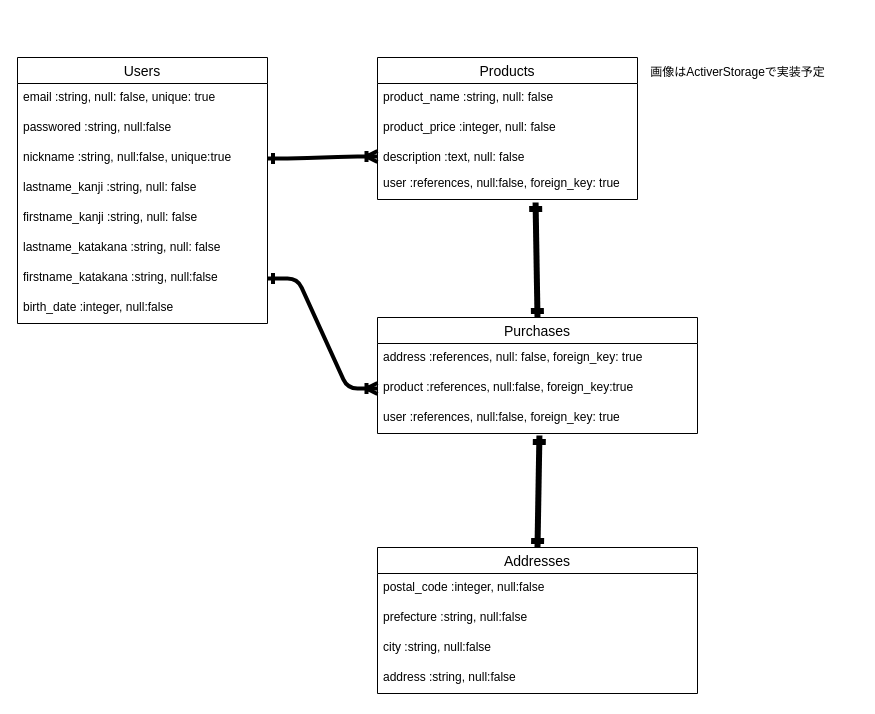
tuckriver/furima-46646 keeps this draw.io diagram as ER.dio. Above is the earlier version. Source tidied: cells renumbered, new cells numbered last; positions are measured from the earlier drawing's top-left corner, leaving out a move shared by most shapes. Both pictures are drawn from the tidied source at 100%, with x=0, y=0 at pixel (17, 57).
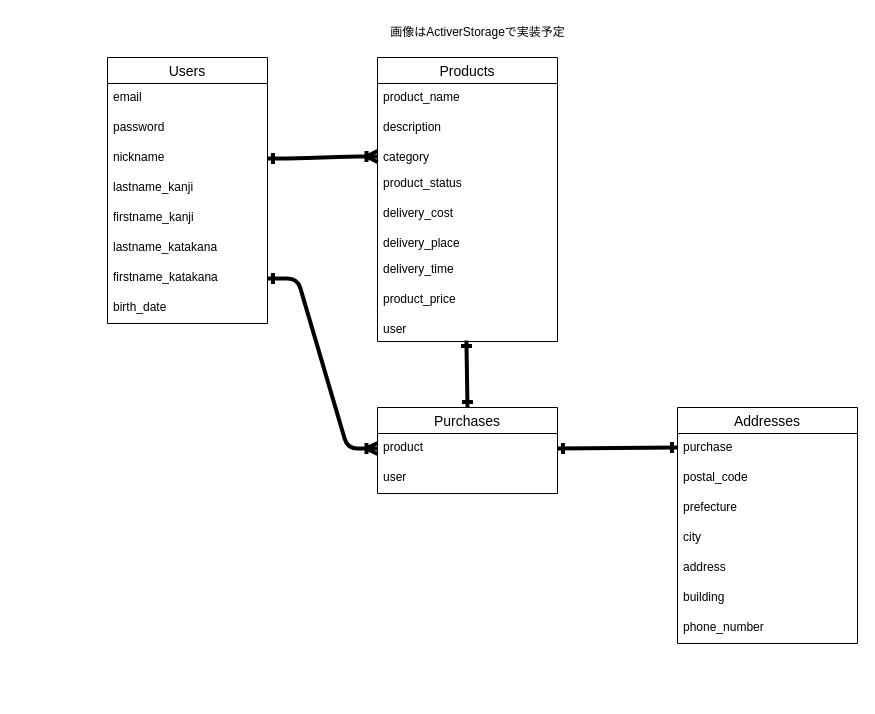
The same page after the edit.

Commit message (it also covers changes not shown here):
README・ER図の修正2

What changed in the source:
```diff
@@
     <mxCell id="2" value="Users" style="swimlane;fontStyle=0;horizontal=1;startSize=26;align=center;fontSize=14;" parent="1" vertex="1">
-      <mxGeometry width="250" height="266" as="geometry" />
+      <mxGeometry x="90" width="160" height="266" as="geometry" />
     </mxCell>
-    <mxCell id="3" value="email :string, null: false, unique: true" style="text;strokeColor=none;fillColor=none;spacingLeft=4;spacingRight=4;overflow=hidden;fontSize=12;whiteSpace=wrap;html=1;" parent="2" vertex="1">
-      <mxGeometry y="26" width="250" height="30" as="geometry" />
+    <mxCell id="3" value="email" style="text;strokeColor=none;fillColor=none;spacingLeft=4;spacingRight=4;overflow=hidden;fontSize=12;whiteSpace=wrap;html=1;" parent="2" vertex="1">
+      <mxGeometry y="26" width="160" height="30" as="geometry" />
     </mxCell>
-    <mxCell id="4" value="passwored :string, null:false&amp;nbsp;" style="text;strokeColor=none;fillColor=none;spacingLeft=4;spacingRight=4;overflow=hidden;fontSize=12;whiteSpace=wrap;html=1;" parent="2" vertex="1">
-      <mxGeometry y="56" width="250" height="30" as="geometry" />
+    <mxCell id="4" value="password" style="text;strokeColor=none;fillColor=none;spacingLeft=4;spacingRight=4;overflow=hidden;fontSize=12;whiteSpace=wrap;html=1;" parent="2" vertex="1">
+      <mxGeometry y="56" width="160" height="30" as="geometry" />
     </mxCell>
-    <mxCell id="5" value="nickname :string, null:false, unique:true" style="text;strokeColor=none;fillColor=none;spacingLeft=4;spacingRight=4;overflow=hidden;points=[[0,0.5],[1,0.5]];portConstraint=eastwest;fontSize=12;whiteSpace=wrap;html=1;" parent="2" vertex="1">
-      <mxGeometry y="86" width="250" height="30" as="geometry" />
+    <mxCell id="5" value="nickname" style="text;strokeColor=none;fillColor=none;spacingLeft=4;spacingRight=4;overflow=hidden;points=[[0,0.5],[1,0.5]];portConstraint=eastwest;fontSize=12;whiteSpace=wrap;html=1;" parent="2" vertex="1">
+      <mxGeometry y="86" width="160" height="30" as="geometry" />
     </mxCell>
-    <mxCell id="6" value="lastname_kanji :string, null: false" style="text;strokeColor=none;fillColor=none;spacingLeft=4;spacingRight=4;overflow=hidden;fontSize=12;whiteSpace=wrap;html=1;" parent="2" vertex="1">
-      <mxGeometry y="116" width="250" height="30" as="geometry" />
+    <mxCell id="6" value="lastname_kanji" style="text;strokeColor=none;fillColor=none;spacingLeft=4;spacingRight=4;overflow=hidden;fontSize=12;whiteSpace=wrap;html=1;" parent="2" vertex="1">
+      <mxGeometry y="116" width="160" height="30" as="geometry" />
     </mxCell>
-    <mxCell id="7" value="firstname_kanji :string, null: false" style="text;strokeColor=none;fillColor=none;spacingLeft=4;spacingRight=4;overflow=hidden;fontSize=12;whiteSpace=wrap;html=1;" parent="2" vertex="1">
-      <mxGeometry y="146" width="250" height="30" as="geometry" />
+    <mxCell id="7" value="firstname_kanji" style="text;strokeColor=none;fillColor=none;spacingLeft=4;spacingRight=4;overflow=hidden;fontSize=12;whiteSpace=wrap;html=1;" parent="2" vertex="1">
+      <mxGeometry y="146" width="160" height="30" as="geometry" />
     </mxCell>
-    <mxCell id="8" value="lastname_katakana :string, null: false" style="text;strokeColor=none;fillColor=none;spacingLeft=4;spacingRight=4;overflow=hidden;fontSize=12;whiteSpace=wrap;html=1;" parent="2" vertex="1">
-      <mxGeometry y="176" width="250" height="30" as="geometry" />
+    <mxCell id="8" value="lastname_katakana" style="text;strokeColor=none;fillColor=none;spacingLeft=4;spacingRight=4;overflow=hidden;fontSize=12;whiteSpace=wrap;html=1;" parent="2" vertex="1">
+      <mxGeometry y="176" width="160" height="30" as="geometry" />
     </mxCell>
-    <mxCell id="9" value="firstname_katakana :string, null:false" style="text;strokeColor=none;fillColor=none;spacingLeft=4;spacingRight=4;overflow=hidden;points=[[0,0.5],[1,0.5]];portConstraint=eastwest;fontSize=12;whiteSpace=wrap;html=1;" parent="2" vertex="1">
-      <mxGeometry y="206" width="250" height="30" as="geometry" />
+    <mxCell id="9" value="firstname_katakana" style="text;strokeColor=none;fillColor=none;spacingLeft=4;spacingRight=4;overflow=hidden;points=[[0,0.5],[1,0.5]];portConstraint=eastwest;fontSize=12;whiteSpace=wrap;html=1;" parent="2" vertex="1">
+      <mxGeometry y="206" width="160" height="30" as="geometry" />
     </mxCell>
-    <mxCell id="10" value="birth_date :integer, null:false" style="text;strokeColor=none;fillColor=none;spacingLeft=4;spacingRight=4;overflow=hidden;fontSize=12;whiteSpace=wrap;html=1;" parent="2" vertex="1">
-      <mxGeometry y="236" width="250" height="30" as="geometry" />
+    <mxCell id="10" value="birth_date" style="text;strokeColor=none;fillColor=none;spacingLeft=4;spacingRight=4;overflow=hidden;fontSize=12;whiteSpace=wrap;html=1;" parent="2" vertex="1">
+      <mxGeometry y="236" width="160" height="30" as="geometry" />
     </mxCell>
     <mxCell id="11" value="Products" style="swimlane;fontStyle=0;horizontal=1;startSize=26;align=center;fontSize=14;" parent="1" vertex="1">
-      <mxGeometry x="360" width="260" height="142" as="geometry" />
+      <mxGeometry x="360" width="180" height="284" as="geometry" />
     </mxCell>
-    <mxCell id="12" value="product_name :string, null: false" style="text;strokeColor=none;fillColor=none;spacingLeft=4;spacingRight=4;overflow=hidden;fontSize=12;whiteSpace=wrap;html=1;" parent="11" vertex="1">
-      <mxGeometry y="26" width="260" height="30" as="geometry" />
+    <mxCell id="12" value="product_name" style="text;strokeColor=none;fillColor=none;spacingLeft=4;spacingRight=4;overflow=hidden;fontSize=12;whiteSpace=wrap;html=1;" parent="11" vertex="1">
+      <mxGeometry y="26" width="180" height="30" as="geometry" />
     </mxCell>
-    <mxCell id="13" value="product_price :integer, null: false" style="text;strokeColor=none;fillColor=none;spacingLeft=4;spacingRight=4;overflow=hidden;fontSize=12;whiteSpace=wrap;html=1;" parent="11" vertex="1">
-      <mxGeometry y="56" width="260" height="30" as="geometry" />
+    <mxCell id="13" value="description" style="text;strokeColor=none;fillColor=none;spacingLeft=4;spacingRight=4;overflow=hidden;fontSize=12;whiteSpace=wrap;html=1;" parent="11" vertex="1">
+      <mxGeometry y="56" width="180" height="30" as="geometry" />
     </mxCell>
-    <mxCell id="14" value="description :text, null: false" style="text;strokeColor=none;fillColor=none;spacingLeft=4;spacingRight=4;overflow=hidden;points=[[0,0.5],[1,0.5]];portConstraint=eastwest;fontSize=12;whiteSpace=wrap;html=1;" parent="11" vertex="1">
-      <mxGeometry y="86" width="260" height="26" as="geometry" />
+    <mxCell id="14" value="category" style="text;strokeColor=none;fillColor=none;spacingLeft=4;spacingRight=4;overflow=hidden;points=[[0,0.5],[1,0.5]];portConstraint=eastwest;fontSize=12;whiteSpace=wrap;html=1;" parent="11" vertex="1">
+      <mxGeometry y="86" width="180" height="26" as="geometry" />
     </mxCell>
-    <mxCell id="15" value="user :references, null:false, foreign_key: true" style="text;strokeColor=none;fillColor=none;spacingLeft=4;spacingRight=4;overflow=hidden;points=[[0,0.5],[1,0.5]];portConstraint=eastwest;fontSize=12;whiteSpace=wrap;html=1;" parent="11" vertex="1">
-      <mxGeometry y="112" width="260" height="30" as="geometry" />
+    <mxCell id="15" value="product_status" style="text;strokeColor=none;fillColor=none;spacingLeft=4;spacingRight=4;overflow=hidden;points=[[0,0.5],[1,0.5]];portConstraint=eastwest;fontSize=12;whiteSpace=wrap;html=1;" parent="11" vertex="1">
+      <mxGeometry y="112" width="180" height="30" as="geometry" />
     </mxCell>
+    <mxCell id="30" value="delivery_cost" style="text;strokeColor=none;fillColor=none;spacingLeft=4;spacingRight=4;overflow=hidden;fontSize=12;whiteSpace=wrap;html=1;" parent="11" vertex="1">
+      <mxGeometry y="142" width="180" height="30" as="geometry" />
+    </mxCell>
+    <mxCell id="31" value="delivery_place" style="text;strokeColor=none;fillColor=none;spacingLeft=4;spacingRight=4;overflow=hidden;fontSize=12;whiteSpace=wrap;html=1;" parent="11" vertex="1">
+      <mxGeometry y="172" width="180" height="26" as="geometry" />
+    </mxCell>
+    <mxCell id="32" value="delivery_time" style="text;strokeColor=none;fillColor=none;spacingLeft=4;spacingRight=4;overflow=hidden;fontSize=12;whiteSpace=wrap;html=1;" parent="11" vertex="1">
+      <mxGeometry y="198" width="180" height="30" as="geometry" />
+    </mxCell>
+    <mxCell id="33" value="product_price" style="text;strokeColor=none;fillColor=none;spacingLeft=4;spacingRight=4;overflow=hidden;fontSize=12;whiteSpace=wrap;html=1;" parent="11" vertex="1">
+      <mxGeometry y="228" width="180" height="30" as="geometry" />
+    </mxCell>
+    <mxCell id="34" value="user" style="text;strokeColor=none;fillColor=none;spacingLeft=4;spacingRight=4;overflow=hidden;points=[[0,0.5],[1,0.5]];portConstraint=eastwest;fontSize=12;whiteSpace=wrap;html=1;" parent="11" vertex="1">
+      <mxGeometry y="258" width="180" height="26" as="geometry" />
+    </mxCell>
     <mxCell id="16" value="画像はActiverStorageで実装予定" style="text;html=1;align=center;verticalAlign=middle;strokeColor=none;fillColor=none;" parent="1" vertex="1">
-      <mxGeometry x="620" width="200" height="30" as="geometry" />
+      <mxGeometry x="360" y="-40" width="200" height="30" as="geometry" />
     </mxCell>
     <mxCell id="17" value="Purchases" style="swimlane;fontStyle=0;horizontal=1;startSize=26;align=center;fontSize=14;" parent="1" vertex="1">
-      <mxGeometry x="360" y="260" width="320" height="116" as="geometry" />
+      <mxGeometry x="360" y="350" width="180" height="86" as="geometry" />
     </mxCell>
-    <mxCell id="18" value="address :references, null: false, foreign_key: true" style="text;strokeColor=none;fillColor=none;spacingLeft=4;spacingRight=4;overflow=hidden;fontSize=12;whiteSpace=wrap;html=1;" parent="17" vertex="1">
-      <mxGeometry y="26" width="320" height="30" as="geometry" />
-    </mxCell>
-    <mxCell id="19" value="product :references, null:false, foreign_key:true" style="text;strokeColor=none;fillColor=none;spacingLeft=4;spacingRight=4;overflow=hidden;points=[[0,0.5],[1,0.5]];portConstraint=eastwest;fontSize=12;whiteSpace=wrap;html=1;" parent="17" vertex="1">
-      <mxGeometry y="56" width="320" height="30" as="geometry" />
+    <mxCell id="19" value="product&lt;div&gt;&lt;br&gt;&lt;/div&gt;" style="text;strokeColor=none;fillColor=none;spacingLeft=4;spacingRight=4;overflow=hidden;points=[[0,0.5],[1,0.5]];portConstraint=eastwest;fontSize=12;whiteSpace=wrap;html=1;" parent="17" vertex="1">
+      <mxGeometry y="26" width="180" height="30" as="geometry" />
     </mxCell>
-    <mxCell id="20" value="user :references, null:false, foreign_key: true" style="text;strokeColor=none;fillColor=none;spacingLeft=4;spacingRight=4;overflow=hidden;points=[[0,0.5],[1,0.5]];portConstraint=eastwest;fontSize=12;whiteSpace=wrap;html=1;" parent="17" vertex="1">
-      <mxGeometry y="86" width="320" height="30" as="geometry" />
+    <mxCell id="20" value="user" style="text;strokeColor=none;fillColor=none;spacingLeft=4;spacingRight=4;overflow=hidden;points=[[0,0.5],[1,0.5]];portConstraint=eastwest;fontSize=12;whiteSpace=wrap;html=1;" parent="17" vertex="1">
+      <mxGeometry y="56" width="180" height="30" as="geometry" />
     </mxCell>
     <mxCell id="21" value="Addresses" style="swimlane;fontStyle=0;horizontal=1;startSize=26;align=center;fontSize=14;" parent="1" vertex="1">
-      <mxGeometry x="360" y="490" width="320" height="146" as="geometry" />
+      <mxGeometry x="660" y="350" width="180" height="236" as="geometry" />
     </mxCell>
-    <mxCell id="22" value="postal_code :integer, null:false" style="text;strokeColor=none;fillColor=none;spacingLeft=4;spacingRight=4;overflow=hidden;points=[[0,0.5],[1,0.5]];portConstraint=eastwest;fontSize=12;whiteSpace=wrap;html=1;" parent="21" vertex="1">
-      <mxGeometry y="26" width="320" height="30" as="geometry" />
+    <mxCell id="22" value="purchase" style="text;strokeColor=none;fillColor=none;spacingLeft=4;spacingRight=4;overflow=hidden;points=[[0,0.5],[1,0.5]];portConstraint=eastwest;fontSize=12;whiteSpace=wrap;html=1;" parent="21" vertex="1">
+      <mxGeometry y="26" width="180" height="30" as="geometry" />
     </mxCell>
-    <mxCell id="23" value="prefecture :string, null:false" style="text;strokeColor=none;fillColor=none;spacingLeft=4;spacingRight=4;overflow=hidden;fontSize=12;whiteSpace=wrap;html=1;" parent="21" vertex="1">
-      <mxGeometry y="56" width="320" height="30" as="geometry" />
+    <mxCell id="23" value="postal_code" style="text;strokeColor=none;fillColor=none;spacingLeft=4;spacingRight=4;overflow=hidden;fontSize=12;whiteSpace=wrap;html=1;" parent="21" vertex="1">
+      <mxGeometry y="56" width="180" height="30" as="geometry" />
     </mxCell>
-    <mxCell id="24" value="city :string, null:false" style="text;strokeColor=none;fillColor=none;spacingLeft=4;spacingRight=4;overflow=hidden;fontSize=12;whiteSpace=wrap;html=1;" parent="21" vertex="1">
-      <mxGeometry y="86" width="320" height="30" as="geometry" />
+    <mxCell id="24" value="prefecture" style="text;strokeColor=none;fillColor=none;spacingLeft=4;spacingRight=4;overflow=hidden;fontSize=12;whiteSpace=wrap;html=1;" parent="21" vertex="1">
+      <mxGeometry y="86" width="180" height="30" as="geometry" />
     </mxCell>
-    <mxCell id="25" value="address :string, null:false" style="text;strokeColor=none;fillColor=none;spacingLeft=4;spacingRight=4;overflow=hidden;fontSize=12;whiteSpace=wrap;html=1;" parent="21" vertex="1">
-      <mxGeometry y="116" width="320" height="30" as="geometry" />
+    <mxCell id="25" value="city" style="text;strokeColor=none;fillColor=none;spacingLeft=4;spacingRight=4;overflow=hidden;fontSize=12;whiteSpace=wrap;html=1;" parent="21" vertex="1">
+      <mxGeometry y="116" width="180" height="30" as="geometry" />
     </mxCell>
+    <mxCell id="35" value="address" style="text;strokeColor=none;fillColor=none;spacingLeft=4;spacingRight=4;overflow=hidden;fontSize=12;whiteSpace=wrap;html=1;" parent="21" vertex="1">
+      <mxGeometry y="146" width="180" height="30" as="geometry" />
+    </mxCell>
+    <mxCell id="36" value="building" style="text;strokeColor=none;fillColor=none;spacingLeft=4;spacingRight=4;overflow=hidden;fontSize=12;whiteSpace=wrap;html=1;" parent="21" vertex="1">
+      <mxGeometry y="176" width="180" height="30" as="geometry" />
+    </mxCell>
+    <mxCell id="37" value="phone_number" style="text;strokeColor=none;fillColor=none;spacingLeft=4;spacingRight=4;overflow=hidden;fontSize=12;whiteSpace=wrap;html=1;" parent="21" vertex="1">
+      <mxGeometry y="206" width="180" height="30" as="geometry" />
+    </mxCell>
@@
-    <mxCell id="27" style="edgeStyle=none;html=1;exitX=0.5;exitY=0;exitDx=0;exitDy=0;entryX=0.608;entryY=1.1;entryDx=0;entryDy=0;entryPerimeter=0;startArrow=ERone;startFill=0;endArrow=ERone;endFill=0;strokeWidth=6;" parent="1" edge="1" source="17" target="15">
+    <mxCell id="27" style="edgeStyle=none;html=1;exitX=0.5;exitY=0;exitDx=0;exitDy=0;startArrow=ERone;startFill=0;endArrow=ERone;endFill=0;strokeWidth=4;entryX=0.494;entryY=0.962;entryDx=0;entryDy=0;entryPerimeter=0;" parent="1" edge="1" source="17" target="34">
       <mxGeometry relative="1" as="geometry" />
     </mxCell>
-    <mxCell id="28" style="edgeStyle=none;html=1;exitX=0.5;exitY=0;exitDx=0;exitDy=0;startArrow=ERone;startFill=0;endArrow=ERone;endFill=0;strokeWidth=6;entryX=0.506;entryY=1.067;entryDx=0;entryDy=0;entryPerimeter=0;" parent="1" edge="1" source="21" target="20">
+    <mxCell id="28" style="edgeStyle=none;html=1;exitX=0;exitY=0.467;exitDx=0;exitDy=0;startArrow=ERone;startFill=0;endArrow=ERone;endFill=0;strokeWidth=4;exitPerimeter=0;entryX=1;entryY=0.5;entryDx=0;entryDy=0;" parent="1" edge="1" source="22" target="19">
       <mxGeometry relative="1" as="geometry" />
     </mxCell>
```
